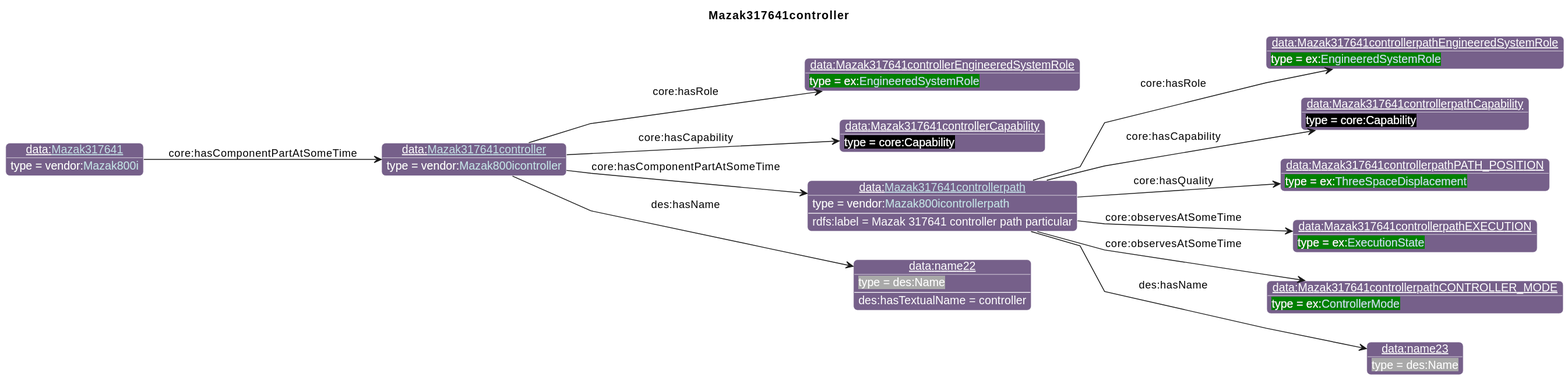
Before: diagrams/Mazak317641controller.svg, a diagram exported from PlantUML (iofoundry/example-syseng-mtconnect).
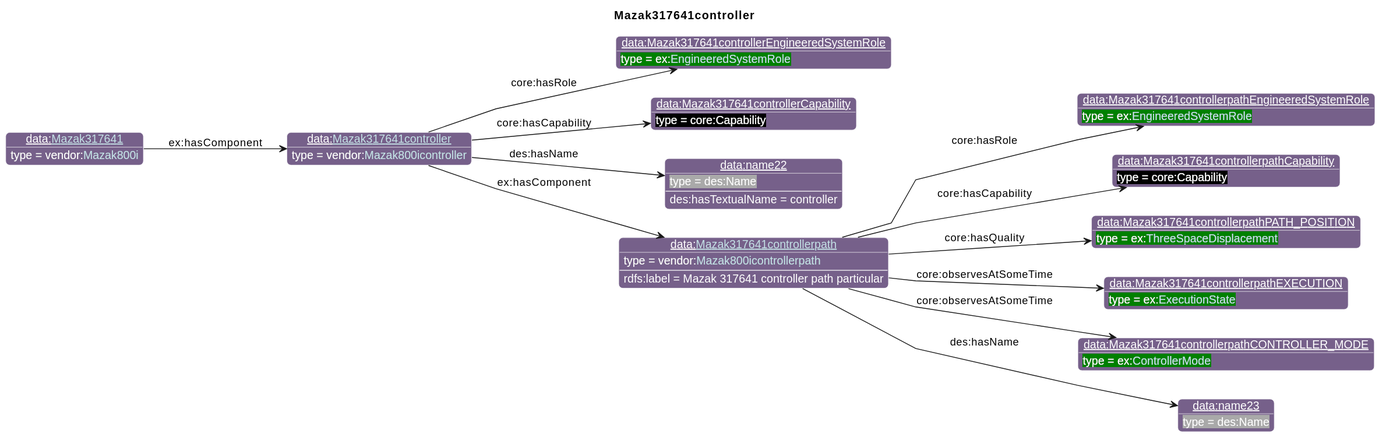
After the commit.

The edit, as a diff of the source:
```diff
@@ -28,26 +28,26 @@
 individual(o0, data:[[./Mazak317641controller.html Mazak317641controller]], vendor:[[../Mazak.html#Mazak800icontroller Mazak800icontroller]])
 individual(o1, data:Mazak317641controllerEngineeredSystemRole, ex:[[../Example.html#EngineeredSystemRole EngineeredSystemRole]])
 individual(o2, data:Mazak317641controllerCapability, core:Capability)
-individual(o3, data:[[./Mazak317641controllerpath.html Mazak317641controllerpath]], vendor:[[../Mazak.html#Mazak800icontrollerpath Mazak800icontrollerpath]])
-individual(o4, data:Mazak317641controllerpathEngineeredSystemRole, ex:[[../Example.html#EngineeredSystemRole EngineeredSystemRole]])
-individual(o5, data:Mazak317641controllerpathCapability, core:Capability)
-individual(o6, data:Mazak317641controllerpathPATH_POSITION, ex:[[../Example.html#ThreeSpaceDisplacement ThreeSpaceDisplacement]])
-individual(o7, data:Mazak317641controllerpathEXECUTION, ex:[[../Example.html#ExecutionState ExecutionState]])
-individual(o8, data:Mazak317641controllerpathCONTROLLER_MODE, ex:[[../Example.html#ControllerMode ControllerMode]])
-individual(o9, data:name23, des:Name)
-individual(o10, data:name22, des:Name)
+individual(o3, data:name22, des:Name)
+individual(o4, data:[[./Mazak317641controllerpath.html Mazak317641controllerpath]], vendor:[[../Mazak.html#Mazak800icontrollerpath Mazak800icontrollerpath]])
+individual(o5, data:Mazak317641controllerpathEngineeredSystemRole, ex:[[../Example.html#EngineeredSystemRole EngineeredSystemRole]])
+individual(o6, data:Mazak317641controllerpathCapability, core:Capability)
+individual(o7, data:Mazak317641controllerpathPATH_POSITION, ex:[[../Example.html#ThreeSpaceDisplacement ThreeSpaceDisplacement]])
+individual(o8, data:Mazak317641controllerpathEXECUTION, ex:[[../Example.html#ExecutionState ExecutionState]])
+individual(o9, data:Mazak317641controllerpathCONTROLLER_MODE, ex:[[../Example.html#ControllerMode ControllerMode]])
+individual(o10, data:name23, des:Name)
 individual(o11, data:[[./Mazak317641.html Mazak317641]], vendor:[[../Mazak.html#Mazak800i Mazak800i]])
 property(o0, "core:hasRole", o1)
 property(o0, "core:hasCapability", o2)
-property(o0, "core:hasComponentPartAtSomeTime", o3)
-data(o3, "rdfs:label", "Mazak 317641 controller path particular")
-property(o3, "core:hasRole", o4)
-property(o3, "core:hasCapability", o5)
-property(o3, "core:hasQuality", o6)
-property(o3, "core:observesAtSomeTime", o7)
-property(o3, "core:observesAtSomeTime", o8)
-property(o3, "des:hasName", o9)
-property(o0, "des:hasName", o10)
-data(o10, "des:hasTextualName", "controller")
-property(o11, "core:hasComponentPartAtSomeTime", o0)
+property(o0, "des:hasName", o3)
+data(o3, "des:hasTextualName", "controller")
+property(o0, "ex:hasComponent", o4)
+data(o4, "rdfs:label", "Mazak 317641 controller path particular")
+property(o4, "core:hasRole", o5)
+property(o4, "core:hasCapability", o6)
+property(o4, "core:hasQuality", o7)
+property(o4, "core:observesAtSomeTime", o8)
+property(o4, "core:observesAtSomeTime", o9)
+property(o4, "des:hasName", o10)
+property(o11, "ex:hasComponent", o0)
 @enduml
```
